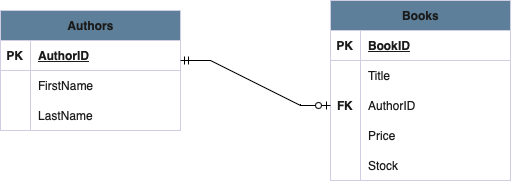
Before: BookstoreERD.drawio.png, a diagram exported from draw.io (megan-es/SQLBookstoreDB). Source tidied: cells renumbered, new cells last; positions are measured from the earlier drawing's top-left corner, leaving out a move shared by most shapes. The source it was exported from:
```xml
<mxGraphModel>
  <root>
    <mxCell id="0" />
    <mxCell id="1" parent="0" />
    <mxCell id="2" value="Authors" style="shape=table;startSize=30;rowLines=0;fontStyle=1;align=center;html=1;strokeColor=#D0CEE2;fontColor=#1A1A1A;fillColor=#5D7F99;labelBackgroundColor=none;" parent="1" vertex="1">
      <mxGeometry y="10" width="180" height="120" as="geometry" />
    </mxCell>
    <mxCell id="3" style="shape=tableRow;horizontal=0;startSize=0;swimlaneHead=0;swimlaneBody=0;fillColor=none;points=[[0,0.5],[1,0.5]];portConstraint=eastwest;top=0;left=0;right=0;bottom=1;strokeColor=#D0CEE2;fontColor=#1A1A1A;labelBackgroundColor=none;" parent="2" vertex="1">
      <mxGeometry y="30" width="180" height="30" as="geometry" />
    </mxCell>
    <mxCell id="4" value="PK" style="shape=partialRectangle;fillColor=none;top=0;left=0;bottom=0;right=0;fontStyle=1;overflow=hidden;whiteSpace=wrap;html=1;strokeColor=#D0CEE2;fontColor=#1A1A1A;labelBackgroundColor=none;" parent="3" vertex="1">
      <mxGeometry width="30" height="30" as="geometry" />
    </mxCell>
    <mxCell id="5" value="AuthorID" style="shape=partialRectangle;fillColor=none;top=0;left=0;bottom=0;right=0;align=left;spacingLeft=6;fontStyle=5;overflow=hidden;whiteSpace=wrap;html=1;strokeColor=#D0CEE2;fontColor=#1A1A1A;labelBackgroundColor=none;" parent="3" vertex="1">
      <mxGeometry x="30" width="150" height="30" as="geometry" />
    </mxCell>
    <mxCell id="6" style="shape=tableRow;horizontal=0;startSize=0;swimlaneHead=0;swimlaneBody=0;fillColor=none;top=0;left=0;right=0;bottom=0;strokeColor=#D0CEE2;fontColor=#1A1A1A;labelBackgroundColor=none;" parent="2" vertex="1">
      <mxGeometry y="60" width="180" height="30" as="geometry" />
    </mxCell>
    <mxCell id="7" style="shape=partialRectangle;fillColor=none;top=0;left=0;bottom=0;right=0;overflow=hidden;whiteSpace=wrap;html=1;strokeColor=#D0CEE2;fontColor=#1A1A1A;labelBackgroundColor=none;" parent="6" vertex="1">
      <mxGeometry width="30" height="30" as="geometry" />
    </mxCell>
    <mxCell id="8" value="FirstName" style="shape=partialRectangle;fillColor=none;top=0;left=0;bottom=0;right=0;align=left;spacingLeft=6;overflow=hidden;whiteSpace=wrap;html=1;strokeColor=#D0CEE2;fontColor=#1A1A1A;labelBackgroundColor=none;" parent="6" vertex="1">
      <mxGeometry x="30" width="150" height="30" as="geometry" />
    </mxCell>
    <mxCell id="9" style="shape=tableRow;horizontal=0;startSize=0;swimlaneHead=0;swimlaneBody=0;fillColor=none;top=0;left=0;right=0;bottom=0;strokeColor=#D0CEE2;fontColor=#1A1A1A;labelBackgroundColor=none;" parent="2" vertex="1">
      <mxGeometry y="90" width="180" height="30" as="geometry" />
    </mxCell>
    <mxCell id="10" style="shape=partialRectangle;fillColor=none;top=0;left=0;bottom=0;right=0;overflow=hidden;whiteSpace=wrap;html=1;strokeColor=#D0CEE2;fontColor=#1A1A1A;labelBackgroundColor=none;" parent="9" vertex="1">
      <mxGeometry width="30" height="30" as="geometry" />
    </mxCell>
    <mxCell id="11" value="LastName" style="shape=partialRectangle;fillColor=none;top=0;left=0;bottom=0;right=0;align=left;spacingLeft=6;overflow=hidden;whiteSpace=wrap;html=1;strokeColor=#D0CEE2;fontColor=#1A1A1A;labelBackgroundColor=none;" parent="9" vertex="1">
      <mxGeometry x="30" width="150" height="30" as="geometry" />
    </mxCell>
    <mxCell id="12" value="Books" style="shape=table;startSize=30;rowLines=0;fontStyle=1;align=center;html=1;strokeColor=#D0CEE2;fontColor=#1A1A1A;fillColor=#5D7F99;labelBackgroundColor=none;" parent="1" vertex="1">
      <mxGeometry x="330" width="180" height="180" as="geometry" />
    </mxCell>
    <mxCell id="13" style="shape=tableRow;horizontal=0;startSize=0;swimlaneHead=0;swimlaneBody=0;fillColor=none;top=0;left=0;right=0;bottom=1;strokeColor=#D0CEE2;fontColor=#1A1A1A;labelBackgroundColor=none;" parent="12" vertex="1">
      <mxGeometry y="30" width="180" height="30" as="geometry" />
    </mxCell>
    <mxCell id="14" value="PK" style="shape=partialRectangle;fillColor=none;top=0;left=0;bottom=0;right=0;fontStyle=1;overflow=hidden;whiteSpace=wrap;html=1;strokeColor=#D0CEE2;fontColor=#1A1A1A;labelBackgroundColor=none;" parent="13" vertex="1">
      <mxGeometry width="30" height="30" as="geometry" />
    </mxCell>
    <mxCell id="15" value="BookID" style="shape=partialRectangle;fillColor=none;top=0;left=0;bottom=0;right=0;align=left;spacingLeft=6;fontStyle=5;overflow=hidden;whiteSpace=wrap;html=1;strokeColor=#D0CEE2;fontColor=#1A1A1A;labelBackgroundColor=none;" parent="13" vertex="1">
      <mxGeometry x="30" width="150" height="30" as="geometry" />
    </mxCell>
    <mxCell id="16" style="shape=tableRow;horizontal=0;startSize=0;swimlaneHead=0;swimlaneBody=0;fillColor=none;top=0;left=0;right=0;bottom=0;strokeColor=#D0CEE2;fontColor=#1A1A1A;labelBackgroundColor=none;" parent="12" vertex="1">
      <mxGeometry y="60" width="180" height="30" as="geometry" />
    </mxCell>
    <mxCell id="17" style="shape=partialRectangle;fillColor=none;top=0;left=0;bottom=0;right=0;overflow=hidden;whiteSpace=wrap;html=1;strokeColor=#D0CEE2;fontColor=#1A1A1A;labelBackgroundColor=none;" parent="16" vertex="1">
      <mxGeometry width="30" height="30" as="geometry" />
    </mxCell>
    <mxCell id="18" value="Title" style="shape=partialRectangle;fillColor=none;top=0;left=0;bottom=0;right=0;align=left;spacingLeft=6;overflow=hidden;whiteSpace=wrap;html=1;strokeColor=#D0CEE2;fontColor=#1A1A1A;labelBackgroundColor=none;" parent="16" vertex="1">
      <mxGeometry x="30" width="150" height="30" as="geometry" />
    </mxCell>
    <mxCell id="19" style="shape=tableRow;horizontal=0;startSize=0;swimlaneHead=0;swimlaneBody=0;fillColor=none;points=[[0,0.5],[1,0.5]];portConstraint=eastwest;top=0;left=0;right=0;bottom=0;strokeColor=#D0CEE2;fontColor=#1A1A1A;labelBackgroundColor=none;" parent="12" vertex="1">
      <mxGeometry y="90" width="180" height="30" as="geometry" />
    </mxCell>
    <mxCell id="20" value="FK" style="shape=partialRectangle;fillColor=none;top=0;left=0;bottom=0;right=0;overflow=hidden;whiteSpace=wrap;html=1;strokeColor=#D0CEE2;fontColor=#1A1A1A;labelBackgroundColor=none;fontStyle=1;" parent="19" vertex="1">
      <mxGeometry width="30" height="30" as="geometry" />
    </mxCell>
    <mxCell id="21" value="AuthorID" style="shape=partialRectangle;fillColor=none;top=0;left=0;bottom=0;right=0;align=left;spacingLeft=6;overflow=hidden;whiteSpace=wrap;html=1;strokeColor=#D0CEE2;fontColor=#1A1A1A;labelBackgroundColor=none;" parent="19" vertex="1">
      <mxGeometry x="30" width="150" height="30" as="geometry" />
    </mxCell>
    <mxCell id="22" style="shape=tableRow;horizontal=0;startSize=0;swimlaneHead=0;swimlaneBody=0;fillColor=none;top=0;left=0;right=0;bottom=0;strokeColor=#D0CEE2;fontColor=#1A1A1A;labelBackgroundColor=none;" parent="12" vertex="1">
      <mxGeometry y="120" width="180" height="30" as="geometry" />
    </mxCell>
    <mxCell id="23" style="shape=partialRectangle;fillColor=none;top=0;left=0;bottom=0;right=0;overflow=hidden;whiteSpace=wrap;html=1;strokeColor=#D0CEE2;fontColor=#1A1A1A;labelBackgroundColor=none;" parent="22" vertex="1">
      <mxGeometry width="30" height="30" as="geometry" />
    </mxCell>
    <mxCell id="24" value="Price" style="shape=partialRectangle;fillColor=none;top=0;left=0;bottom=0;right=0;align=left;spacingLeft=6;overflow=hidden;whiteSpace=wrap;html=1;strokeColor=#D0CEE2;fontColor=#1A1A1A;labelBackgroundColor=none;" parent="22" vertex="1">
      <mxGeometry x="30" width="150" height="30" as="geometry" />
    </mxCell>
    <mxCell id="25" style="shape=tableRow;horizontal=0;startSize=0;swimlaneHead=0;swimlaneBody=0;fillColor=none;top=0;left=0;right=0;bottom=0;strokeColor=#D0CEE2;fontColor=#1A1A1A;labelBackgroundColor=none;" parent="12" vertex="1">
      <mxGeometry y="150" width="180" height="30" as="geometry" />
    </mxCell>
    <mxCell id="26" style="shape=partialRectangle;fillColor=none;top=0;left=0;bottom=0;right=0;overflow=hidden;whiteSpace=wrap;html=1;strokeColor=#D0CEE2;fontColor=#1A1A1A;labelBackgroundColor=none;" parent="25" vertex="1">
      <mxGeometry width="30" height="30" as="geometry" />
    </mxCell>
    <mxCell id="27" value="Stock" style="shape=partialRectangle;fillColor=none;top=0;left=0;bottom=0;right=0;align=left;spacingLeft=6;overflow=hidden;whiteSpace=wrap;html=1;strokeColor=#D0CEE2;fontColor=#1A1A1A;labelBackgroundColor=none;" parent="25" vertex="1">
      <mxGeometry x="30" width="150" height="30" as="geometry" />
    </mxCell>
    <mxCell id="28" style="edgeStyle=entityRelationEdgeStyle;fontSize=12;html=1;endArrow=ERzeroToOne;startArrow=ERmandOne;rounded=0;entryX=0;entryY=0.5;entryDx=0;entryDy=0;" parent="1" edge="1" target="19">
      <mxGeometry relative="1" as="geometry">
        <mxPoint x="180" y="60" as="sourcePoint" />
      </mxGeometry>
    </mxCell>
  </root>
</mxGraphModel>
```
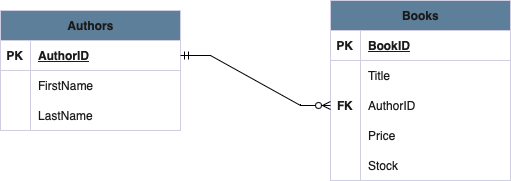
After the change.

The edit, as a diff of the source:
```diff
@@ -80,10 +80,8 @@
     <mxCell id="27" value="Stock" style="shape=partialRectangle;fillColor=none;top=0;left=0;bottom=0;right=0;align=left;spacingLeft=6;overflow=hidden;whiteSpace=wrap;html=1;strokeColor=#D0CEE2;fontColor=#1A1A1A;labelBackgroundColor=none;" parent="25" vertex="1">
       <mxGeometry x="30" width="150" height="30" as="geometry" />
     </mxCell>
-    <mxCell id="28" style="edgeStyle=entityRelationEdgeStyle;fontSize=12;html=1;endArrow=ERzeroToOne;startArrow=ERmandOne;rounded=0;entryX=0;entryY=0.5;entryDx=0;entryDy=0;" parent="1" edge="1" target="19">
-      <mxGeometry relative="1" as="geometry">
-        <mxPoint x="180" y="60" as="sourcePoint" />
-      </mxGeometry>
-    </mxCell>
+    <mxCell id="29" style="edgeStyle=entityRelationEdgeStyle;fontSize=12;html=1;endArrow=ERzeroToMany;startArrow=ERmandOne;rounded=0;exitX=1;exitY=0.5;exitDx=0;exitDy=0;entryX=0;entryY=0.5;entryDx=0;entryDy=0;" parent="1" edge="1" source="3" target="19">
+      <mxGeometry relative="1" as="geometry" />
+    </mxCell>
   </root>
 </mxGraphModel>
```
